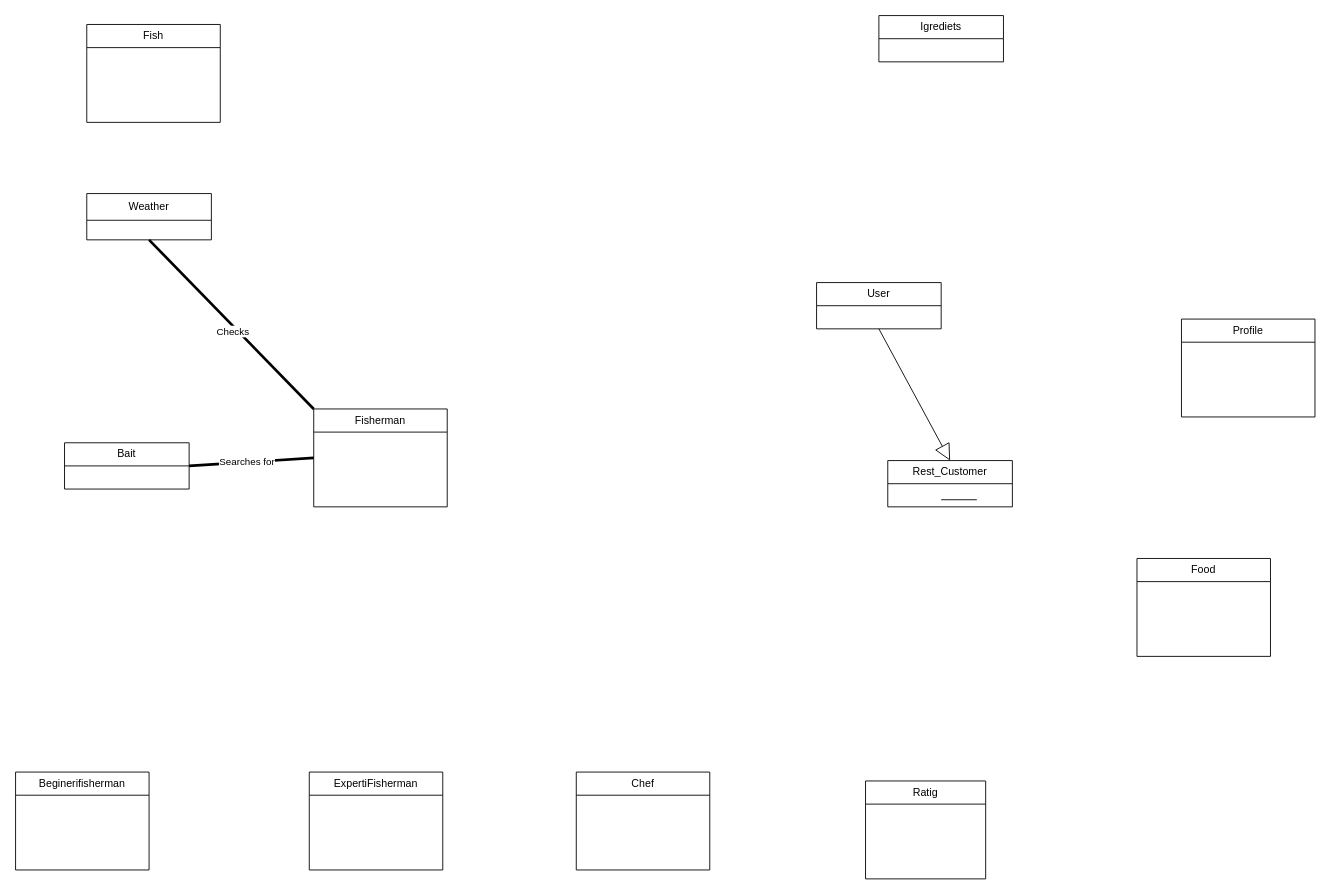
Above: domain model - kostas.drawio in TMCEID/SoftEngFishApp (draw.io), before the change. Source tidied: cells renumbered, new cells numbered last; positions are measured from the earlier drawing's top-left corner, leaving out a move shared by most shapes. Both pictures are drawn from the tidied source at 89%, with x=0, y=0 at pixel (15, 15).
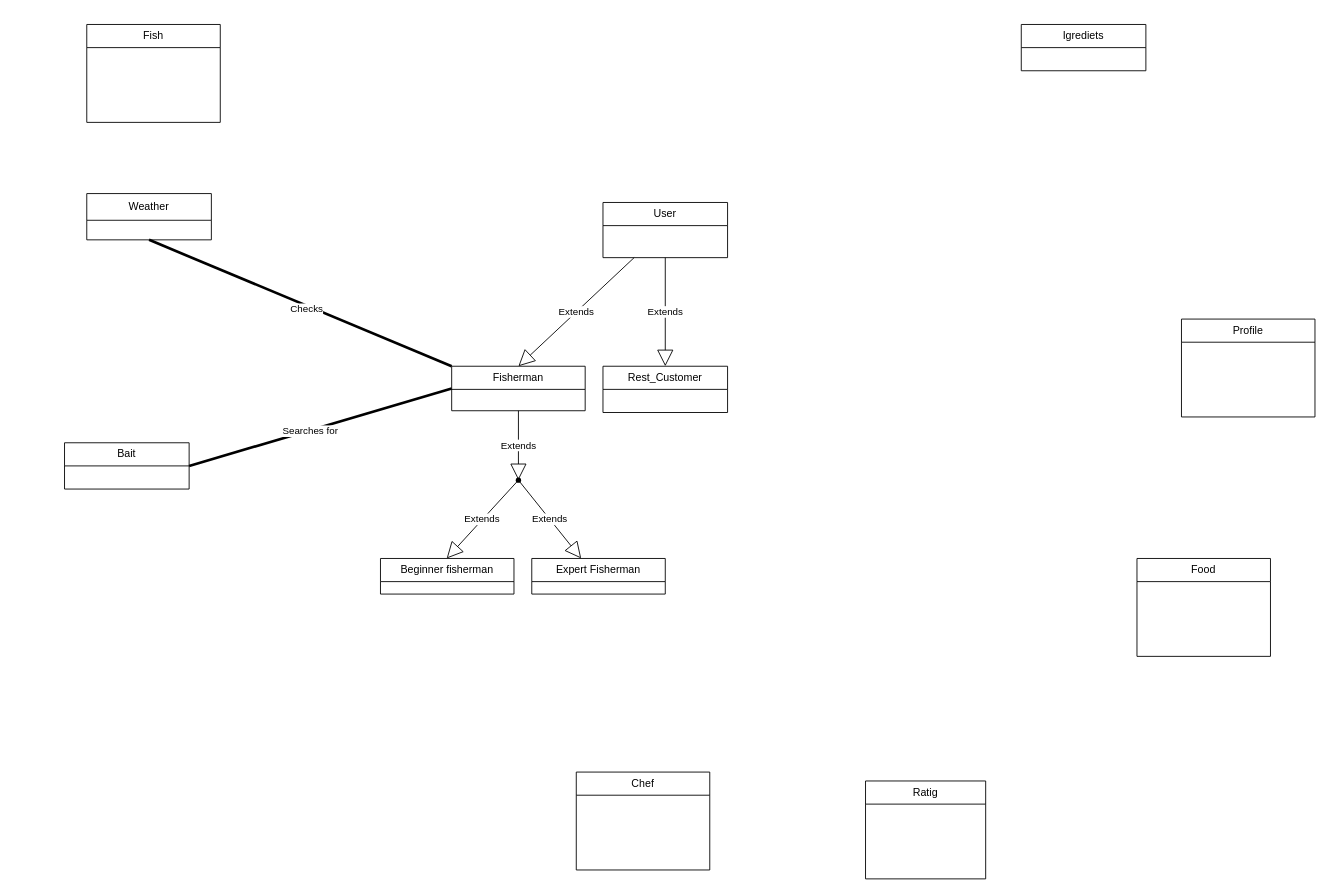
Above is the later version.

Diff of the diagram source:
```diff
@@
     <mxCell id="2" value="User" style="swimlane;fontStyle=0;horizontal=1;startSize=26;fillColor=none;whiteSpace=wrap;html=1;" parent="1" vertex="1">
-      <mxGeometry x="900" y="300" width="140" height="52" as="geometry" />
+      <mxGeometry x="660" y="210" width="140" height="62" as="geometry" />
     </mxCell>
@@
     <mxCell id="4" value="Rest_Customer" style="swimlane;fontStyle=0;horizontal=1;startSize=26;fillColor=none;whiteSpace=wrap;html=1;" parent="1" vertex="1">
-      <mxGeometry x="980" y="500" width="140" height="52" as="geometry" />
+      <mxGeometry x="660" y="394" width="140" height="52" as="geometry" />
     </mxCell>
@@
     <mxCell id="6" value="Igrediets" style="swimlane;fontStyle=0;horizontal=1;startSize=26;fillColor=none;whiteSpace=wrap;html=1;" parent="1" vertex="1">
-      <mxGeometry x="970" width="140" height="52" as="geometry" />
+      <mxGeometry x="1130" y="10" width="140" height="52" as="geometry" />
     </mxCell>
@@
-    <mxCell id="11" style="endArrow=block;endSize=16;endFill=0;html=1;rounded=0;exitX=0.5;exitY=1;exitDx=0;exitDy=0;entryX=0.5;entryY=0;entryDx=0;entryDy=0;" parent="1" edge="1" source="2" target="4">
-      <mxGeometry relative="1" as="geometry" />
-    </mxCell>
     <mxCell id="12" value="Fisherman" style="swimlane;fontStyle=0;horizontal=1;startSize=26;fillColor=none;whiteSpace=wrap;html=1;" parent="1" vertex="1">
-      <mxGeometry x="335" y="442" width="150" height="110" as="geometry" />
+      <mxGeometry x="490" y="394" width="150" height="50" as="geometry" />
     </mxCell>
@@
-    <mxCell id="14" value="Beginerifisherman" style="swimlane;fontStyle=0;horizontal=1;startSize=26;fillColor=none;whiteSpace=wrap;html=1;" parent="1" vertex="1">
-      <mxGeometry y="850" width="150" height="110" as="geometry" />
+    <mxCell id="14" value="Beginner fisherman" style="swimlane;fontStyle=0;horizontal=1;startSize=26;fillColor=none;whiteSpace=wrap;html=1;" parent="1" vertex="1">
+      <mxGeometry x="410" y="610" width="150" height="40" as="geometry" />
     </mxCell>
-    <mxCell id="15" value="ExpertiFisherman" style="swimlane;fontStyle=0;horizontal=1;startSize=26;fillColor=none;whiteSpace=wrap;html=1;" parent="1" vertex="1">
-      <mxGeometry x="330" y="850" width="150" height="110" as="geometry" />
+    <mxCell id="15" value="Expert Fisherman" style="swimlane;fontStyle=0;horizontal=1;startSize=26;fillColor=none;whiteSpace=wrap;html=1;" parent="1" vertex="1">
+      <mxGeometry x="580" y="610" width="150" height="40" as="geometry" />
     </mxCell>
-    <mxCell id="16" style="line;strokeWidth=1;fillColor=none;align=left;verticalAlign=middle;spacingTop=-1;spacingLeft=3;spacingRight=3;labelPosition=right;strokeColor=inherit;" parent="1" vertex="1">
-      <mxGeometry x="1040" y="540" width="40" height="8" as="geometry" />
-    </mxCell>
@@
+    <mxCell id="21" value="Extends" style="endArrow=block;endSize=16;endFill=0;html=1;rounded=0;exitX=0.25;exitY=1;exitDx=0;exitDy=0;entryX=0.5;entryY=0;entryDx=0;entryDy=0;" parent="1" edge="1" source="2" target="12">
+      <mxGeometry relative="1" as="geometry" />
+    </mxCell>
+    <mxCell id="11" value="Extends" style="endArrow=block;endSize=16;endFill=0;html=1;rounded=0;exitX=0.5;exitY=1;exitDx=0;exitDy=0;entryX=0.5;entryY=0;entryDx=0;entryDy=0;" parent="1" edge="1" source="2" target="4">
+      <mxGeometry relative="1" as="geometry" />
+    </mxCell>
+    <mxCell id="22" value="Extends" style="endArrow=block;endSize=16;endFill=0;html=1;rounded=0;" parent="1" edge="1" source="23">
+      <mxGeometry relative="1" as="geometry">
+        <mxPoint x="484.4" y="610" as="targetPoint" />
+      </mxGeometry>
+    </mxCell>
+    <mxCell id="23" style="shape=waypoint;sketch=0;size=6;points=[];fillColor=none;perimeter=centerPerimeter;snapToPoint=1;" parent="1" vertex="1">
+      <mxGeometry x="555" y="512" width="20" height="20" as="geometry" />
+    </mxCell>
+    <mxCell id="24" value="Extends" style="endArrow=block;endSize=16;endFill=0;html=1;rounded=0;entryX=0.37;entryY=-0.001;entryDx=0;entryDy=0;entryPerimeter=0;exitX=0.585;exitY=0.926;exitDx=0;exitDy=0;exitPerimeter=0;" parent="1" edge="1" source="23" target="15">
+      <mxGeometry relative="1" as="geometry" />
+    </mxCell>
+    <mxCell id="25" value="Extends" style="endArrow=block;endSize=16;endFill=0;html=1;rounded=0;exitX=0.5;exitY=1;exitDx=0;exitDy=0;entryX=0.532;entryY=0.821;entryDx=0;entryDy=0;entryPerimeter=0;" parent="1" edge="1" source="12" target="23">
+      <mxGeometry relative="1" as="geometry" />
+    </mxCell>
```
